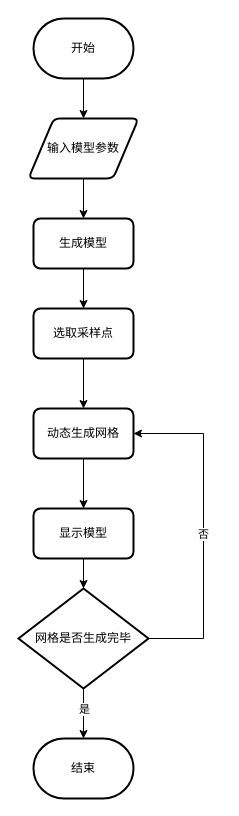
This is page "2-动态绘制流程" (9 of 11) of 毕设.drawio from ScarboroughCoral/Draw.io.Storage, a draw.io file, before an edit. Source tidied: cells renumbered, new cells numbered last; positions are measured from the earlier drawing's top-left corner, leaving out a move shared by most shapes. Both pictures are drawn from the tidied source at 100%, with x=0, y=0 at pixel (18, 18).
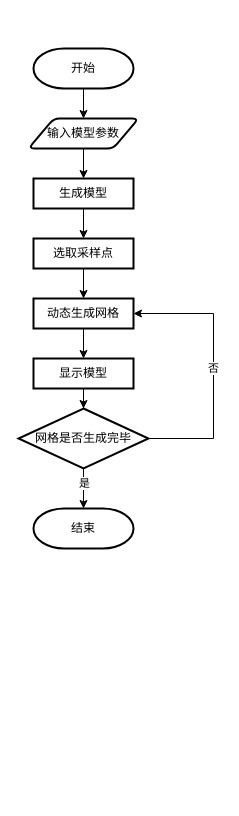
After the change.

Diff of the diagram source:
```diff
@@
     <mxCell id="3" value="开始" style="strokeWidth=2;html=1;shape=mxgraph.flowchart.terminator;whiteSpace=wrap;rounded=1;shadow=0;glass=0;comic=0;" parent="1" vertex="1">
-      <mxGeometry x="15" width="100" height="60" as="geometry" />
+      <mxGeometry x="15" y="30" width="100" height="40" as="geometry" />
     </mxCell>
@@
     <mxCell id="5" value="输入模型参数" style="shape=parallelogram;html=1;strokeWidth=2;perimeter=parallelogramPerimeter;whiteSpace=wrap;rounded=1;arcSize=12;size=0.23;shadow=0;glass=0;comic=0;" parent="1" vertex="1">
-      <mxGeometry x="10" y="100" width="110" height="60" as="geometry" />
+      <mxGeometry x="10" y="100" width="110" height="30" as="geometry" />
     </mxCell>
@@
-    <mxCell id="7" value="生成模型" style="rounded=1;whiteSpace=wrap;html=1;absoluteArcSize=1;arcSize=14;strokeWidth=2;shadow=0;glass=0;comic=0;" parent="1" vertex="1">
-      <mxGeometry x="15" y="200" width="100" height="50" as="geometry" />
+    <mxCell id="7" value="生成模型" style="rounded=0;whiteSpace=wrap;html=1;absoluteArcSize=1;arcSize=14;strokeWidth=2;shadow=0;glass=0;comic=0;" parent="1" vertex="1">
+      <mxGeometry x="15" y="160" width="100" height="30" as="geometry" />
     </mxCell>
@@
-    <mxCell id="9" value="选取采样点" style="rounded=1;whiteSpace=wrap;html=1;absoluteArcSize=1;arcSize=14;strokeWidth=2;shadow=0;glass=0;comic=0;" parent="1" vertex="1">
-      <mxGeometry x="15" y="290" width="100" height="50" as="geometry" />
+    <mxCell id="9" value="选取采样点" style="rounded=0;whiteSpace=wrap;html=1;absoluteArcSize=1;arcSize=14;strokeWidth=2;shadow=0;glass=0;comic=0;" parent="1" vertex="1">
+      <mxGeometry x="15" y="220" width="100" height="30" as="geometry" />
     </mxCell>
@@
-    <mxCell id="11" value="动态生成网格" style="rounded=1;whiteSpace=wrap;html=1;absoluteArcSize=1;arcSize=14;strokeWidth=2;shadow=0;glass=0;comic=0;" parent="1" vertex="1">
-      <mxGeometry x="15" y="390" width="100" height="50" as="geometry" />
+    <mxCell id="11" value="动态生成网格" style="rounded=0;whiteSpace=wrap;html=1;absoluteArcSize=1;arcSize=14;strokeWidth=2;shadow=0;glass=0;comic=0;" parent="1" vertex="1">
+      <mxGeometry x="15" y="280" width="100" height="30" as="geometry" />
     </mxCell>
@@
-    <mxCell id="13" value="显示模型" style="rounded=1;whiteSpace=wrap;html=1;absoluteArcSize=1;arcSize=14;strokeWidth=2;shadow=0;glass=0;comic=0;" parent="1" vertex="1">
-      <mxGeometry x="15" y="490" width="100" height="50" as="geometry" />
+    <mxCell id="13" value="显示模型" style="rounded=0;whiteSpace=wrap;html=1;absoluteArcSize=1;arcSize=14;strokeWidth=2;shadow=0;glass=0;comic=0;" parent="1" vertex="1">
+      <mxGeometry x="15" y="340" width="100" height="30" as="geometry" />
     </mxCell>
-    <mxCell id="14" style="edgeStyle=orthogonalEdgeStyle;rounded=0;jettySize=auto;html=1;entryX=1;entryY=0.5;entryDx=0;entryDy=0;" parent="1" edge="1" source="18" target="11">
+    <mxCell id="14" style="edgeStyle=orthogonalEdgeStyle;rounded=0;jettySize=auto;html=1;entryX=1;entryY=0.5;entryDx=0;entryDy=0;exitX=1;exitY=0.5;exitDx=0;exitDy=0;exitPerimeter=0;" parent="1" edge="1" source="18" target="11">
       <mxGeometry relative="1" as="geometry">
         <Array as="points">
-          <mxPoint x="185" y="620" />
-          <mxPoint x="185" y="415" />
+          <mxPoint x="195" y="420" />
+          <mxPoint x="195" y="295" />
         </Array>
       </mxGeometry>
     </mxCell>
@@
     <mxCell id="18" value="网格是否生成完毕" style="strokeWidth=2;html=1;shape=mxgraph.flowchart.decision;whiteSpace=wrap;rounded=1;shadow=0;glass=0;comic=0;" parent="1" vertex="1">
-      <mxGeometry y="570" width="130" height="100" as="geometry" />
+      <mxGeometry y="390" width="130" height="60" as="geometry" />
     </mxCell>
     <mxCell id="19" value="结束" style="strokeWidth=2;html=1;shape=mxgraph.flowchart.terminator;whiteSpace=wrap;rounded=1;shadow=0;glass=0;comic=0;" parent="1" vertex="1">
-      <mxGeometry x="15" y="720" width="100" height="60" as="geometry" />
+      <mxGeometry x="15" y="490" width="100" height="40" as="geometry" />
     </mxCell>
```
